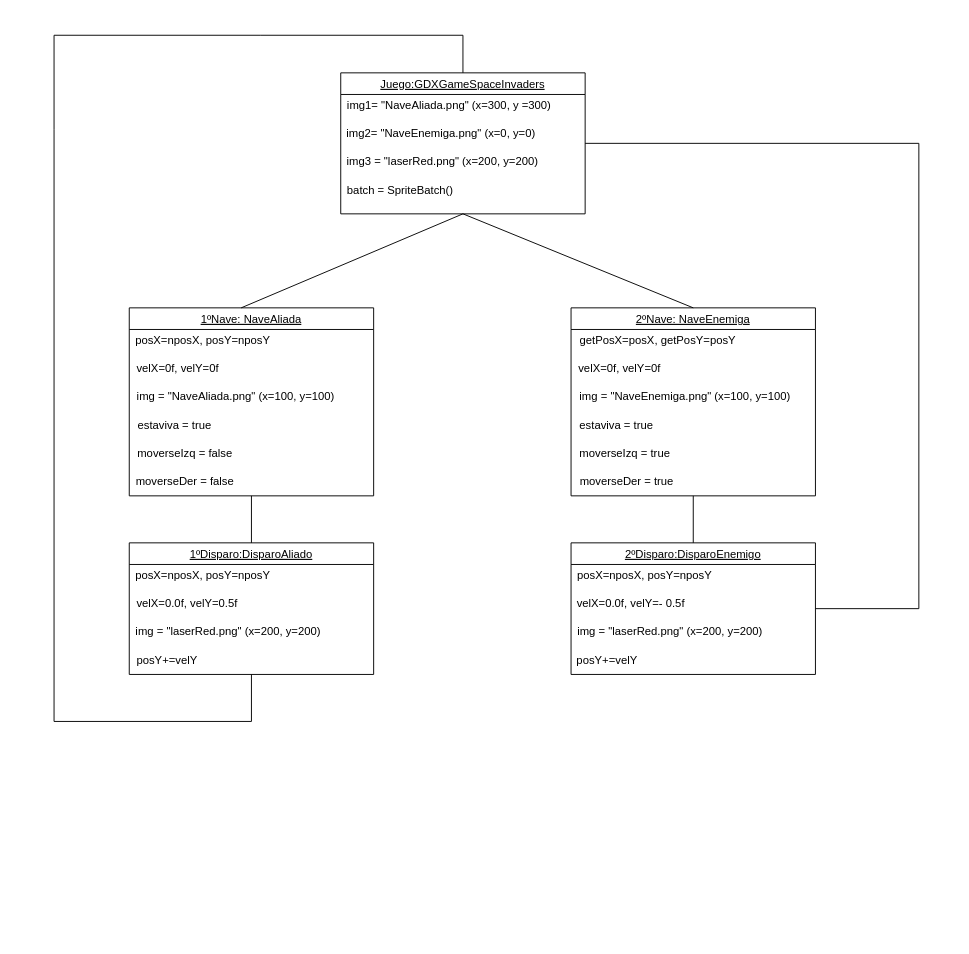
FranBuenoBerlanga/SpaceInvadersSCRUM keeps this draw.io diagram as Diagramas/DiagramaObjetosSpaceInvaders.drawio. Above is the earlier version. Source tidied: cells renumbered, new cells numbered last; positions are measured from the earlier drawing's top-left corner, leaving out a move shared by most shapes. Both pictures are drawn from the tidied source at 94%, with x=0, y=0 at pixel (54, 35).
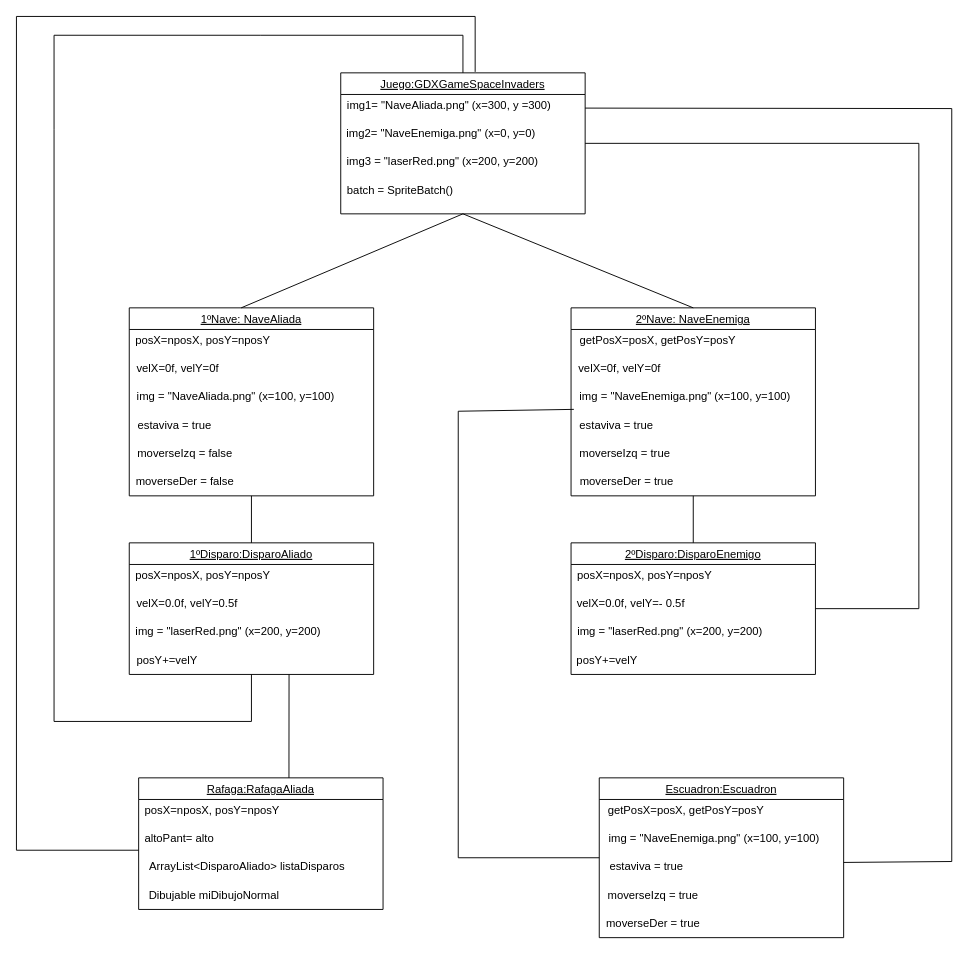
After the change.

Commit message (it also covers changes not shown here):
Diagramas de clases y de objetos actualizados

The change refers to these unchanged cells:
```xml
<mxCell id="2" value="Juego:GDXGameSpaceInvaders" style="swimlane;fontStyle=4;" parent="1" vertex="1">
  <mxGeometry x="305" y="40" width="260" height="150" as="geometry" />
</mxCell>
<mxCell id="28" value="estaviva = true" style="text;html=1;align=center;verticalAlign=middle;points=[];strokeColor=none;fillColor=none;" parent="24" vertex="1">
  <mxGeometry x="-2" y="110" width="100" height="30" as="geometry" />
</mxCell>
```

What changed in the source:
```diff
@@
+    <mxCell id="37" value="Rafaga:RafagaAliada" style="swimlane;fontStyle=4;" parent="1" vertex="1">
+      <mxGeometry x="90" y="790" width="260" height="140" as="geometry" />
+    </mxCell>
+    <mxCell id="38" value="posX=nposX, posY=nposY" style="text;html=1;align=center;verticalAlign=middle;strokeColor=none;fillColor=none;" parent="37" vertex="1">
+      <mxGeometry x="-7" y="20" width="170" height="30" as="geometry" />
+    </mxCell>
+    <mxCell id="39" value="altoPant= alto" style="text;html=1;align=center;verticalAlign=middle;strokeColor=none;fillColor=none;" parent="37" vertex="1">
+      <mxGeometry x="-7" y="50" width="100" height="30" as="geometry" />
+    </mxCell>
+    <mxCell id="40" value="Dibujable miDibujoNormal" style="text;html=1;align=center;verticalAlign=middle;strokeColor=none;fillColor=none;" parent="37" vertex="1">
+      <mxGeometry y="110" width="160" height="30" as="geometry" />
+    </mxCell>
+    <mxCell id="41" value="ArrayList&amp;lt;DisparoAliado&amp;gt; listaDisparos" style="text;html=1;align=center;verticalAlign=middle;points=[];strokeColor=none;fillColor=none;" parent="37" vertex="1">
+      <mxGeometry y="80" width="230" height="30" as="geometry" />
+    </mxCell>
+    <mxCell id="42" style="endArrow=none;html=1;rounded=0;exitX=0.615;exitY=0;exitDx=0;exitDy=0;exitPerimeter=0;" parent="1" edge="1" source="37">
+      <mxGeometry relative="1" as="geometry">
+        <mxPoint x="250" y="680" as="targetPoint" />
+      </mxGeometry>
+    </mxCell>
+    <mxCell id="43" style="endArrow=none;html=1;rounded=0;exitX=0;exitY=-0.1;exitDx=0;exitDy=0;exitPerimeter=0;entryX=0.55;entryY=-0.007;entryDx=0;entryDy=0;entryPerimeter=0;" parent="1" edge="1" source="41" target="2">
+      <mxGeometry relative="1" as="geometry">
+        <Array as="points">
+          <mxPoint x="-40" y="867" />
+          <mxPoint x="-40" y="-20" />
+          <mxPoint x="448" y="-20" />
+        </Array>
+      </mxGeometry>
+    </mxCell>
+    <mxCell id="44" style="endArrow=none;html=1;rounded=0;entryX=0.05;entryY=-0.067;entryDx=0;entryDy=0;entryPerimeter=0;" parent="1" edge="1" source="45" target="28">
+      <mxGeometry relative="1" as="geometry">
+        <Array as="points">
+          <mxPoint x="430" y="875" />
+          <mxPoint x="430" y="400" />
+        </Array>
+      </mxGeometry>
+    </mxCell>
+    <mxCell id="45" value="Escuadron:Escuadron" style="swimlane;fontStyle=4;" parent="1" vertex="1">
+      <mxGeometry x="580" y="790" width="260" height="170" as="geometry" />
+    </mxCell>
+    <mxCell id="46" value="getPosX=posX, getPosY=posY" style="text;html=1;align=center;verticalAlign=middle;strokeColor=none;fillColor=none;" parent="45" vertex="1">
+      <mxGeometry x="-3" y="20" width="190" height="30" as="geometry" />
+    </mxCell>
+    <mxCell id="47" value="img = &quot;NaveEnemiga.png&quot; (x=100, y=100)" style="text;html=1;align=center;verticalAlign=middle;strokeColor=none;fillColor=none;" parent="45" vertex="1">
+      <mxGeometry x="-3" y="50" width="250" height="30" as="geometry" />
+    </mxCell>
+    <mxCell id="48" value="estaviva = true" style="text;html=1;align=center;verticalAlign=middle;strokeColor=none;fillColor=none;" parent="45" vertex="1">
+      <mxGeometry y="80" width="100" height="30" as="geometry" />
+    </mxCell>
+    <mxCell id="49" value="moverseIzq = true" style="text;html=1;align=center;verticalAlign=middle;strokeColor=none;fillColor=none;" parent="45" vertex="1">
+      <mxGeometry x="-3" y="110" width="120" height="30" as="geometry" />
+    </mxCell>
+    <mxCell id="50" value="moverseDer = true" style="text;html=1;align=center;verticalAlign=middle;strokeColor=none;fillColor=none;" parent="45" vertex="1">
+      <mxGeometry x="-3" y="140" width="120" height="30" as="geometry" />
+    </mxCell>
+    <mxCell id="51" style="endArrow=none;html=1;rounded=0;entryX=1;entryY=0.25;entryDx=0;entryDy=0;" parent="1" edge="1" target="2">
+      <mxGeometry relative="1" as="geometry">
+        <mxPoint x="840" y="880" as="sourcePoint" />
+        <Array as="points">
+          <mxPoint x="955" y="879" />
+          <mxPoint x="955" y="78" />
+        </Array>
+      </mxGeometry>
+    </mxCell>
```
